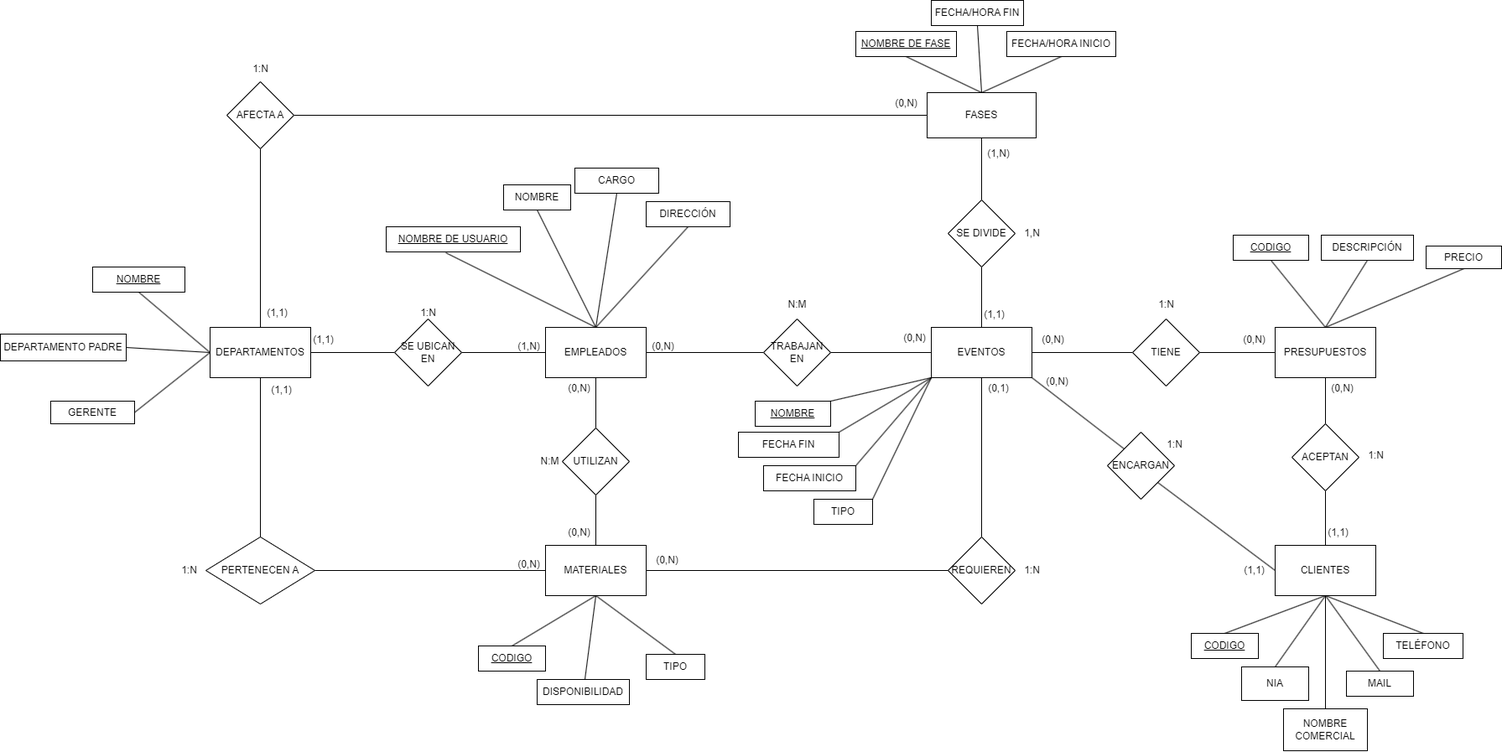
This is docs/img/ENTIDAD-RELACION.drawio.png from Argueth/Argueth.github.io, a draw.io export, as it was before one commit. Source tidied: cells renumbered, new cells last; positions are measured from the earlier drawing's top-left corner, leaving out a move shared by most shapes.
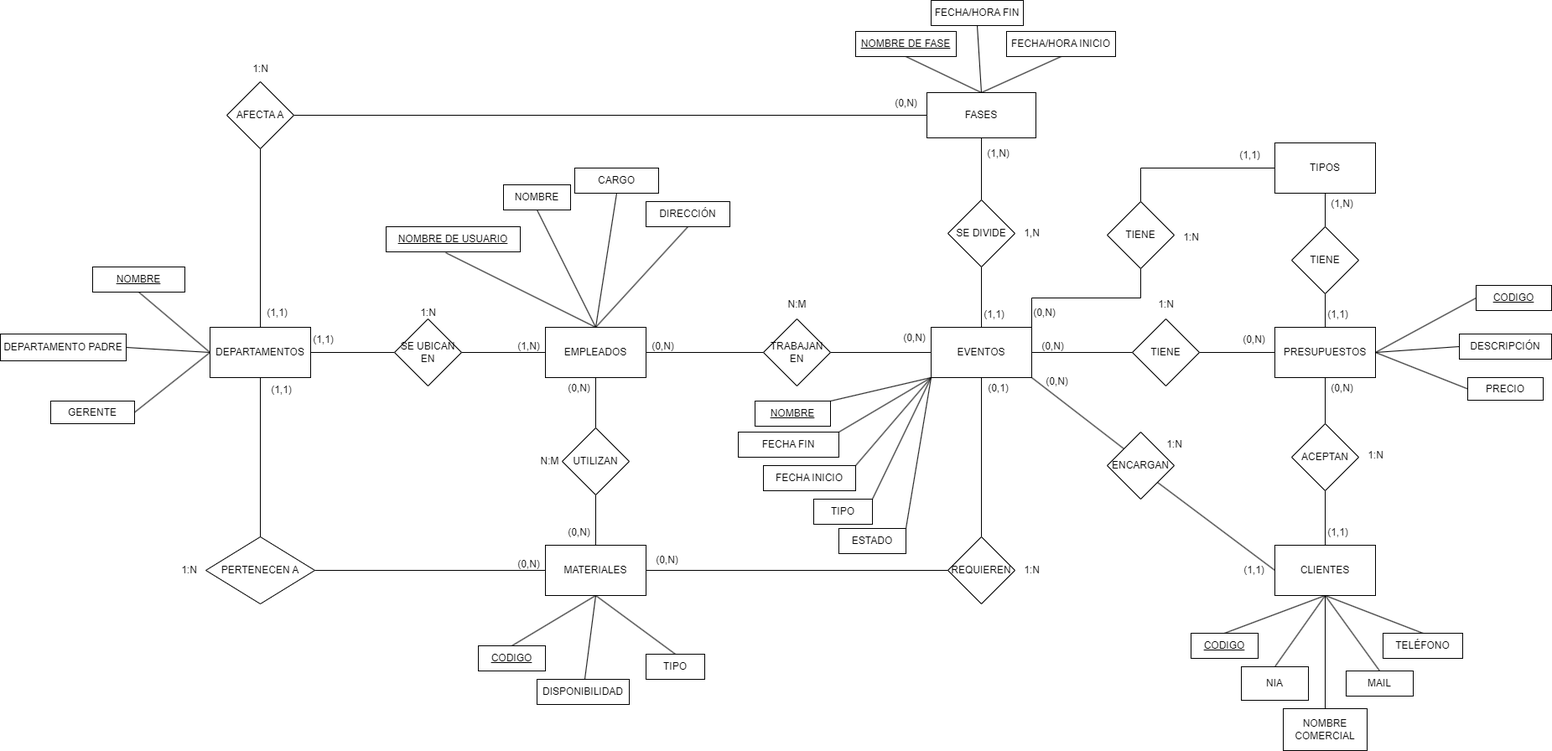
The same diagram one commit later.

Commit message:
modifico la imagen del entidad relacion de la pagina web

Change to the diagram source:
```diff
@@ -256,13 +256,13 @@
     <mxCell id="84" value="TIENE" style="rhombus;whiteSpace=wrap;html=1;" parent="1" vertex="1">
       <mxGeometry x="1350" y="380" width="80" height="80" as="geometry" />
     </mxCell>
-    <mxCell id="85" style="rounded=0;jettySize=auto;html=1;exitX=0.5;exitY=0;exitDx=0;exitDy=0;entryX=0.5;entryY=1;entryDx=0;entryDy=0;endArrow=none;endFill=0;" parent="1" edge="1" source="88" target="109">
+    <mxCell id="85" style="rounded=0;jettySize=auto;html=1;exitX=1;exitY=0.5;exitDx=0;exitDy=0;entryX=0;entryY=0.5;entryDx=0;entryDy=0;endArrow=none;endFill=0;" parent="1" edge="1" source="88" target="109">
       <mxGeometry relative="1" as="geometry" />
     </mxCell>
-    <mxCell id="86" style="rounded=0;jettySize=auto;html=1;exitX=0.5;exitY=0;exitDx=0;exitDy=0;entryX=0.5;entryY=1;entryDx=0;entryDy=0;endArrow=none;endFill=0;" parent="1" edge="1" source="88" target="110">
+    <mxCell id="86" style="rounded=0;jettySize=auto;html=1;exitX=1;exitY=0.5;exitDx=0;exitDy=0;entryX=0;entryY=0.5;entryDx=0;entryDy=0;endArrow=none;endFill=0;" parent="1" edge="1" source="88" target="110">
       <mxGeometry relative="1" as="geometry" />
     </mxCell>
-    <mxCell id="87" style="rounded=0;jettySize=auto;html=1;exitX=0.5;exitY=0;exitDx=0;exitDy=0;entryX=0.5;entryY=1;entryDx=0;entryDy=0;endArrow=none;endFill=0;" parent="1" edge="1" source="88" target="111">
+    <mxCell id="87" style="rounded=0;jettySize=auto;html=1;exitX=1;exitY=0.5;exitDx=0;exitDy=0;entryX=0;entryY=0.5;entryDx=0;entryDy=0;endArrow=none;endFill=0;" parent="1" edge="1" source="88" target="111">
       <mxGeometry relative="1" as="geometry" />
     </mxCell>
     <mxCell id="88" value="PRESUPUESTOS" style="rounded=0;whiteSpace=wrap;html=1;" parent="1" vertex="1">
@@ -320,7 +320,7 @@
       <mxGeometry x="1570" y="620" width="50" height="30" as="geometry" />
     </mxCell>
     <mxCell id="106" value="(0,N)" style="text;html=1;align=center;verticalAlign=middle;strokeColor=none;fillColor=none;" parent="1" vertex="1">
-      <mxGeometry x="1230" y="390" width="50" height="30" as="geometry" />
+      <mxGeometry x="1230" y="398" width="50" height="30" as="geometry" />
     </mxCell>
     <mxCell id="107" value="(0,N)" style="text;html=1;align=center;verticalAlign=middle;strokeColor=none;fillColor=none;" parent="1" vertex="1">
       <mxGeometry x="1470" y="390" width="50" height="30" as="geometry" />
@@ -329,13 +329,13 @@
       <mxGeometry x="970" y="595" width="70" height="30" as="geometry" />
     </mxCell>
     <mxCell id="109" value="&lt;u&gt;CODIGO&lt;/u&gt;" style="rounded=0;whiteSpace=wrap;html=1;" parent="1" vertex="1">
-      <mxGeometry x="1470" y="280" width="90" height="30" as="geometry" />
+      <mxGeometry x="1760" y="340" width="90" height="30" as="geometry" />
     </mxCell>
     <mxCell id="110" value="DESCRIPCIÓN" style="rounded=0;whiteSpace=wrap;html=1;" parent="1" vertex="1">
-      <mxGeometry x="1575" y="280" width="110" height="30" as="geometry" />
+      <mxGeometry x="1740" y="398" width="110" height="30" as="geometry" />
     </mxCell>
     <mxCell id="111" value="PRECIO" style="rounded=0;whiteSpace=wrap;html=1;" parent="1" vertex="1">
-      <mxGeometry x="1700" y="293" width="90" height="27" as="geometry" />
+      <mxGeometry x="1750" y="450" width="90" height="27" as="geometry" />
     </mxCell>
     <mxCell id="112" value="&lt;u&gt;CODIGO&lt;/u&gt;" style="rounded=0;whiteSpace=wrap;html=1;" parent="1" vertex="1">
       <mxGeometry x="1420" y="755" width="80" height="30" as="geometry" />
@@ -358,5 +358,47 @@
     <mxCell id="118" value="1:N" style="text;html=1;align=center;verticalAlign=middle;strokeColor=none;fillColor=none;" parent="1" vertex="1">
       <mxGeometry x="1370" y="348" width="40" height="30" as="geometry" />
     </mxCell>
+    <mxCell id="119" style="rounded=0;jettySize=auto;html=1;exitX=1;exitY=0;exitDx=0;exitDy=0;entryX=0;entryY=1;entryDx=0;entryDy=0;endArrow=none;endFill=0;" parent="1" edge="1" source="120" target="9">
+      <mxGeometry relative="1" as="geometry" />
+    </mxCell>
+    <mxCell id="120" value="ESTADO" style="rounded=0;whiteSpace=wrap;html=1;" parent="1" vertex="1">
+      <mxGeometry x="1000" y="630" width="80" height="30" as="geometry" />
+    </mxCell>
+    <mxCell id="121" style="edgeStyle=orthogonalEdgeStyle;rounded=0;jettySize=auto;html=1;exitX=0.5;exitY=1;exitDx=0;exitDy=0;entryX=0.5;entryY=0;entryDx=0;entryDy=0;endArrow=none;endFill=0;" parent="1" edge="1" source="123" target="127">
+      <mxGeometry relative="1" as="geometry" />
+    </mxCell>
+    <mxCell id="122" style="edgeStyle=orthogonalEdgeStyle;rounded=0;jettySize=auto;html=1;exitX=0;exitY=0.5;exitDx=0;exitDy=0;entryX=0.5;entryY=0;entryDx=0;entryDy=0;endArrow=none;endFill=0;" parent="1" edge="1" source="123" target="125">
+      <mxGeometry relative="1" as="geometry" />
+    </mxCell>
+    <mxCell id="123" value="TIPOS" style="rounded=0;whiteSpace=wrap;html=1;" parent="1" vertex="1">
+      <mxGeometry x="1520" y="170" width="120" height="60" as="geometry" />
+    </mxCell>
+    <mxCell id="124" style="edgeStyle=orthogonalEdgeStyle;rounded=0;jettySize=auto;html=1;exitX=0.5;exitY=1;exitDx=0;exitDy=0;entryX=1;entryY=0;entryDx=0;entryDy=0;endArrow=none;endFill=0;" parent="1" edge="1" source="125" target="9">
+      <mxGeometry relative="1" as="geometry" />
+    </mxCell>
+    <mxCell id="125" value="TIENE" style="rhombus;whiteSpace=wrap;html=1;" parent="1" vertex="1">
+      <mxGeometry x="1320" y="240" width="80" height="80" as="geometry" />
+    </mxCell>
+    <mxCell id="126" style="edgeStyle=orthogonalEdgeStyle;rounded=0;jettySize=auto;html=1;exitX=0.5;exitY=1;exitDx=0;exitDy=0;entryX=0.5;entryY=0;entryDx=0;entryDy=0;endArrow=none;endFill=0;" parent="1" edge="1" source="127" target="88">
+      <mxGeometry relative="1" as="geometry" />
+    </mxCell>
+    <mxCell id="127" value="TIENE" style="rhombus;whiteSpace=wrap;html=1;" parent="1" vertex="1">
+      <mxGeometry x="1540" y="270" width="80" height="80" as="geometry" />
+    </mxCell>
+    <mxCell id="128" value="(1,1)" style="text;html=1;align=center;verticalAlign=middle;strokeColor=none;fillColor=none;" parent="1" vertex="1">
+      <mxGeometry x="1570" y="360" width="50" height="30" as="geometry" />
+    </mxCell>
+    <mxCell id="129" value="(1,1)" style="text;html=1;align=center;verticalAlign=middle;strokeColor=none;fillColor=none;" parent="1" vertex="1">
+      <mxGeometry x="1465" y="170" width="50" height="30" as="geometry" />
+    </mxCell>
+    <mxCell id="130" value="(0,N)" style="text;html=1;align=center;verticalAlign=middle;strokeColor=none;fillColor=none;" parent="1" vertex="1">
+      <mxGeometry x="1220" y="358" width="50" height="30" as="geometry" />
+    </mxCell>
+    <mxCell id="131" value="1:N" style="text;html=1;align=center;verticalAlign=middle;strokeColor=none;fillColor=none;" parent="1" vertex="1">
+      <mxGeometry x="1400" y="268" width="40" height="30" as="geometry" />
+    </mxCell>
+    <mxCell id="132" value="(1,N)" style="text;html=1;align=center;verticalAlign=middle;strokeColor=none;fillColor=none;" parent="1" vertex="1">
+      <mxGeometry x="1575" y="228" width="50" height="30" as="geometry" />
+    </mxCell>
   </root>
 </mxGraphModel>
```
